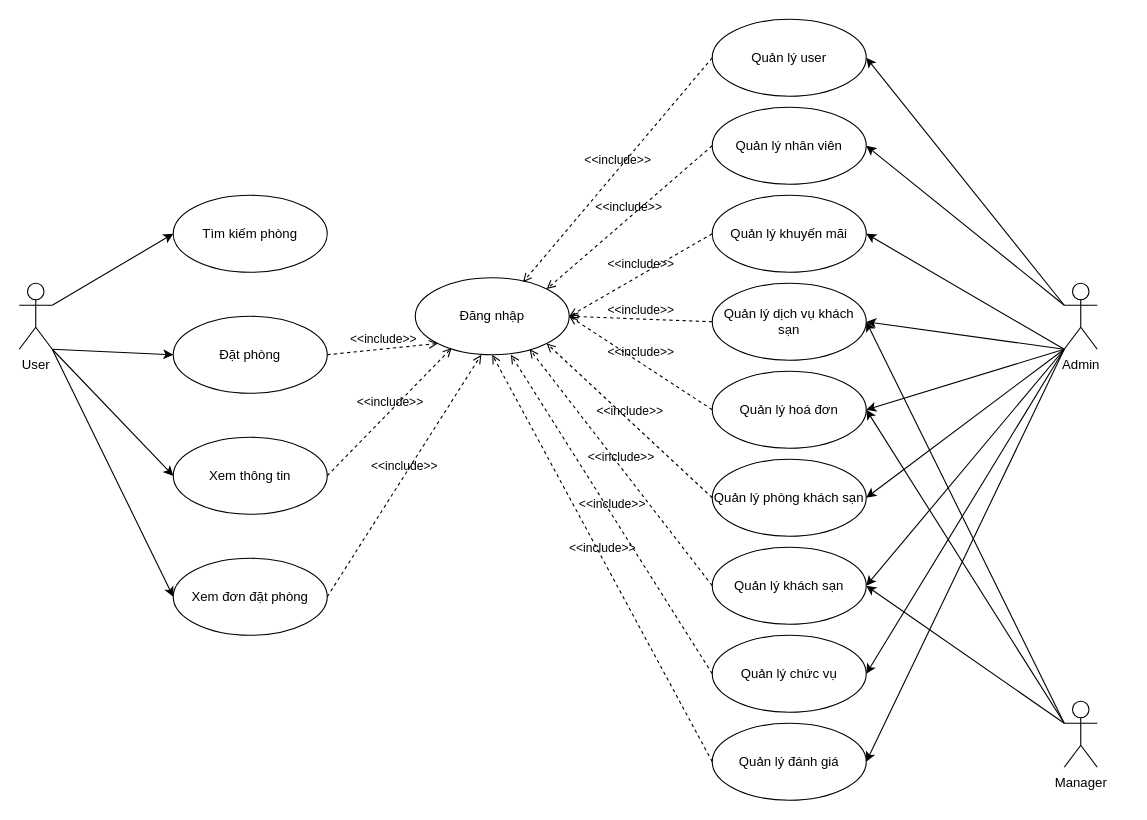
Above: doan/doan_usecase.drawio in alikuxac/alikuxac (draw.io), before the change. Source tidied: cells renumbered, new cells numbered last; positions are measured from the earlier drawing's top-left corner, leaving out a move shared by most shapes. Both pictures are drawn from the tidied source at 110%, with x=0, y=0 at pixel (19, 19).
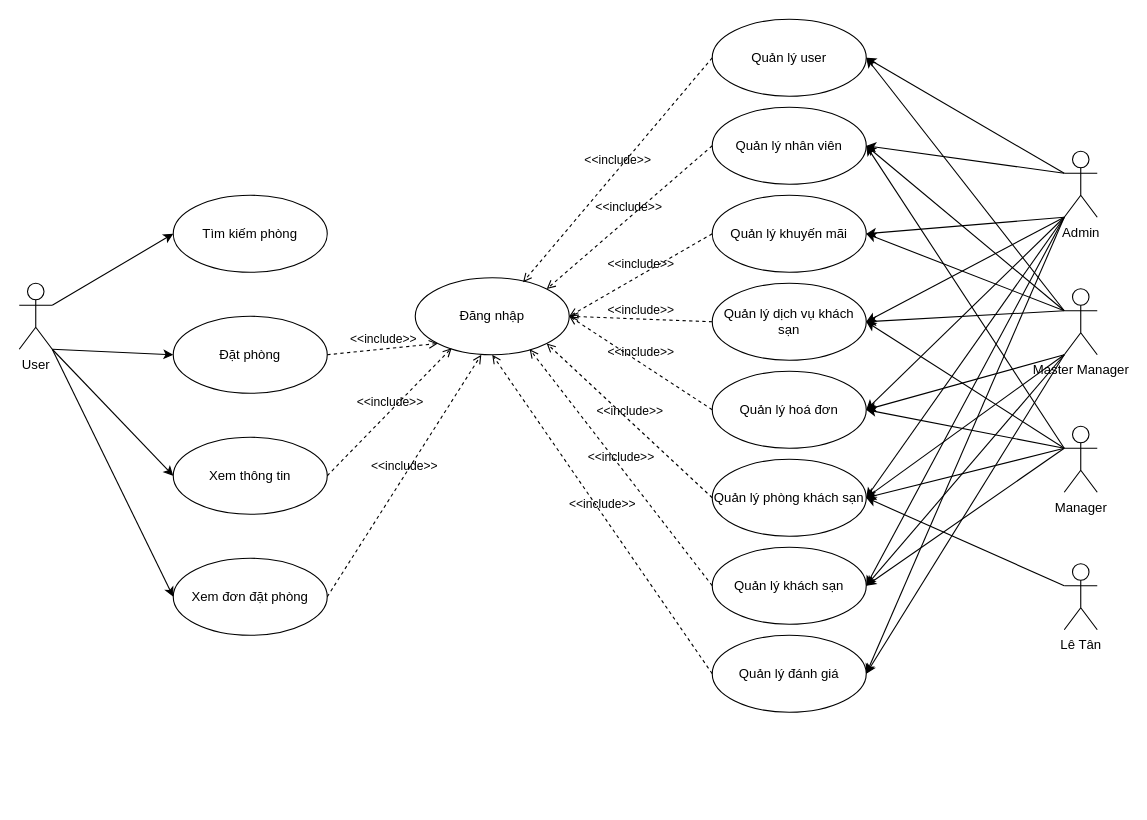
The same diagram, later.

Unchanged cells that the change refers to:
```xml
<mxCell id="4" value="Đăng nhập" style="ellipse;whiteSpace=wrap;html=1;" parent="1" vertex="1">
  <mxGeometry x="360" y="235" width="140" height="70" as="geometry" />
</mxCell>
<mxCell id="5" value="Quản lý khách sạn" style="ellipse;whiteSpace=wrap;html=1;" parent="1" vertex="1">
  <mxGeometry x="630" y="480" width="140" height="70" as="geometry" />
</mxCell>
<mxCell id="6" value="Quản lý phòng khách sạn" style="ellipse;whiteSpace=wrap;html=1;" parent="1" vertex="1">
  <mxGeometry x="630" y="400" width="140" height="70" as="geometry" />
</mxCell>
<mxCell id="14" value="Quản lý hoá đơn" style="ellipse;whiteSpace=wrap;html=1;" parent="1" vertex="1">
  <mxGeometry x="630" y="320" width="140" height="70" as="geometry" />
</mxCell>
<mxCell id="16" value="Quản lý dịch vụ khách sạn" style="ellipse;whiteSpace=wrap;html=1;" parent="1" vertex="1">
  <mxGeometry x="630" y="240" width="140" height="70" as="geometry" />
</mxCell>
<mxCell id="22" value="Quản lý khuyến mãi" style="ellipse;whiteSpace=wrap;html=1;" parent="1" vertex="1">
  <mxGeometry x="630" y="160" width="140" height="70" as="geometry" />
</mxCell>
<mxCell id="25" value="Quản lý nhân viên" style="ellipse;whiteSpace=wrap;html=1;" parent="1" vertex="1">
  <mxGeometry x="630" y="80" width="140" height="70" as="geometry" />
</mxCell>
<mxCell id="28" value="Quản lý user" style="ellipse;whiteSpace=wrap;html=1;" parent="1" vertex="1">
  <mxGeometry x="630" width="140" height="70" as="geometry" />
</mxCell>
```

What changed in the source:
```diff
@@
     <mxCell id="3" value="Admin" style="shape=umlActor;verticalLabelPosition=bottom;verticalAlign=top;html=1;" parent="1" vertex="1">
-      <mxGeometry x="950" y="240" width="30" height="60" as="geometry" />
+      <mxGeometry x="950" y="120" width="30" height="60" as="geometry" />
     </mxCell>
@@
-    <mxCell id="37" value="Quản lý chức vụ" style="ellipse;whiteSpace=wrap;html=1;" parent="1" vertex="1">
-      <mxGeometry x="630" y="560" width="140" height="70" as="geometry" />
-    </mxCell>
-    <mxCell id="38" style="endArrow=classic;html=1;rounded=0;entryX=1;entryY=0.5;entryDx=0;entryDy=0;exitX=0;exitY=1;exitDx=0;exitDy=0;exitPerimeter=0;" parent="1" edge="1" source="3" target="37">
-      <mxGeometry relative="1" as="geometry" />
-    </mxCell>
-    <mxCell id="39" value="&amp;lt;&amp;lt;include&amp;gt;&amp;gt;" style="html=1;verticalAlign=bottom;labelBackgroundColor=none;endArrow=open;endFill=0;dashed=1;rounded=0;exitX=0;exitY=0.5;exitDx=0;exitDy=0;entryX=0.621;entryY=1;entryDx=0;entryDy=0;entryPerimeter=0;" parent="1" edge="1" source="37" target="4">
-      <mxGeometry relative="1" as="geometry" />
-    </mxCell>
     <mxCell id="40" value="Manager" style="shape=umlActor;verticalLabelPosition=bottom;verticalAlign=top;html=1;outlineConnect=0;" parent="1" vertex="1">
-      <mxGeometry x="950" y="620" width="30" height="60" as="geometry" />
+      <mxGeometry x="950" y="370" width="30" height="60" as="geometry" />
     </mxCell>
@@
     <mxCell id="44" value="Quản lý đánh giá" style="ellipse;whiteSpace=wrap;html=1;" parent="1" vertex="1">
-      <mxGeometry x="630" y="640" width="140" height="70" as="geometry" />
+      <mxGeometry x="630" y="560" width="140" height="70" as="geometry" />
     </mxCell>
@@
+    <mxCell id="47" value="Lê Tân" style="shape=umlActor;verticalLabelPosition=bottom;verticalAlign=top;html=1;outlineConnect=0;" parent="1" vertex="1">
+      <mxGeometry x="950" y="495" width="30" height="60" as="geometry" />
+    </mxCell>
+    <mxCell id="48" style="endArrow=classic;html=1;rounded=0;exitX=0;exitY=0.3333333333333333;exitDx=0;exitDy=0;exitPerimeter=0;entryX=1;entryY=0.5;entryDx=0;entryDy=0;" parent="1" edge="1" source="40" target="6">
+      <mxGeometry relative="1" as="geometry" />
+    </mxCell>
+    <mxCell id="49" style="endArrow=classic;html=1;rounded=0;exitX=0;exitY=0.3333333333333333;exitDx=0;exitDy=0;exitPerimeter=0;entryX=1;entryY=0.5;entryDx=0;entryDy=0;" parent="1" edge="1" source="47" target="6">
+      <mxGeometry relative="1" as="geometry" />
+    </mxCell>
+    <mxCell id="50" style="endArrow=classic;html=1;rounded=0;exitX=0;exitY=0.3333333333333333;exitDx=0;exitDy=0;exitPerimeter=0;entryX=1;entryY=0.5;entryDx=0;entryDy=0;" parent="1" edge="1" source="40" target="25">
+      <mxGeometry relative="1" as="geometry" />
+    </mxCell>
+    <mxCell id="51" value="Master Manager" style="shape=umlActor;verticalLabelPosition=bottom;verticalAlign=top;html=1;outlineConnect=0;" parent="1" vertex="1">
+      <mxGeometry x="950" y="245" width="30" height="60" as="geometry" />
+    </mxCell>
+    <mxCell id="52" style="endArrow=classic;html=1;rounded=0;entryX=1;entryY=0.5;entryDx=0;entryDy=0;exitX=0;exitY=0.3333333333333333;exitDx=0;exitDy=0;exitPerimeter=0;" parent="1" edge="1" source="51" target="28">
+      <mxGeometry relative="1" as="geometry" />
+    </mxCell>
+    <mxCell id="53" style="endArrow=classic;html=1;rounded=0;entryX=1;entryY=0.5;entryDx=0;entryDy=0;exitX=0;exitY=0.3333333333333333;exitDx=0;exitDy=0;exitPerimeter=0;" parent="1" edge="1" source="51" target="25">
+      <mxGeometry relative="1" as="geometry" />
+    </mxCell>
+    <mxCell id="54" style="endArrow=classic;html=1;rounded=0;entryX=1;entryY=0.5;entryDx=0;entryDy=0;exitX=0;exitY=0.3333333333333333;exitDx=0;exitDy=0;exitPerimeter=0;" parent="1" edge="1" source="51" target="22">
+      <mxGeometry relative="1" as="geometry" />
+    </mxCell>
+    <mxCell id="55" style="endArrow=classic;html=1;rounded=0;entryX=1;entryY=0.5;entryDx=0;entryDy=0;exitX=0;exitY=0.3333333333333333;exitDx=0;exitDy=0;exitPerimeter=0;" parent="1" edge="1" source="51" target="16">
+      <mxGeometry relative="1" as="geometry" />
+    </mxCell>
+    <mxCell id="56" style="endArrow=classic;html=1;rounded=0;entryX=1;entryY=0.5;entryDx=0;entryDy=0;exitX=0;exitY=1;exitDx=0;exitDy=0;exitPerimeter=0;" parent="1" edge="1" source="51" target="44">
+      <mxGeometry relative="1" as="geometry" />
+    </mxCell>
+    <mxCell id="57" style="endArrow=classic;html=1;rounded=0;entryX=1;entryY=0.5;entryDx=0;entryDy=0;exitX=0;exitY=1;exitDx=0;exitDy=0;exitPerimeter=0;" parent="1" edge="1" source="51" target="5">
+      <mxGeometry relative="1" as="geometry" />
+    </mxCell>
+    <mxCell id="58" style="endArrow=classic;html=1;rounded=0;entryX=1;entryY=0.5;entryDx=0;entryDy=0;exitX=0;exitY=1;exitDx=0;exitDy=0;exitPerimeter=0;" parent="1" edge="1" source="51" target="6">
+      <mxGeometry relative="1" as="geometry" />
+    </mxCell>
+    <mxCell id="59" style="endArrow=classic;html=1;rounded=0;entryX=1;entryY=0.5;entryDx=0;entryDy=0;exitX=0;exitY=1;exitDx=0;exitDy=0;exitPerimeter=0;" parent="1" edge="1" source="51" target="14">
+      <mxGeometry relative="1" as="geometry" />
+    </mxCell>
```
